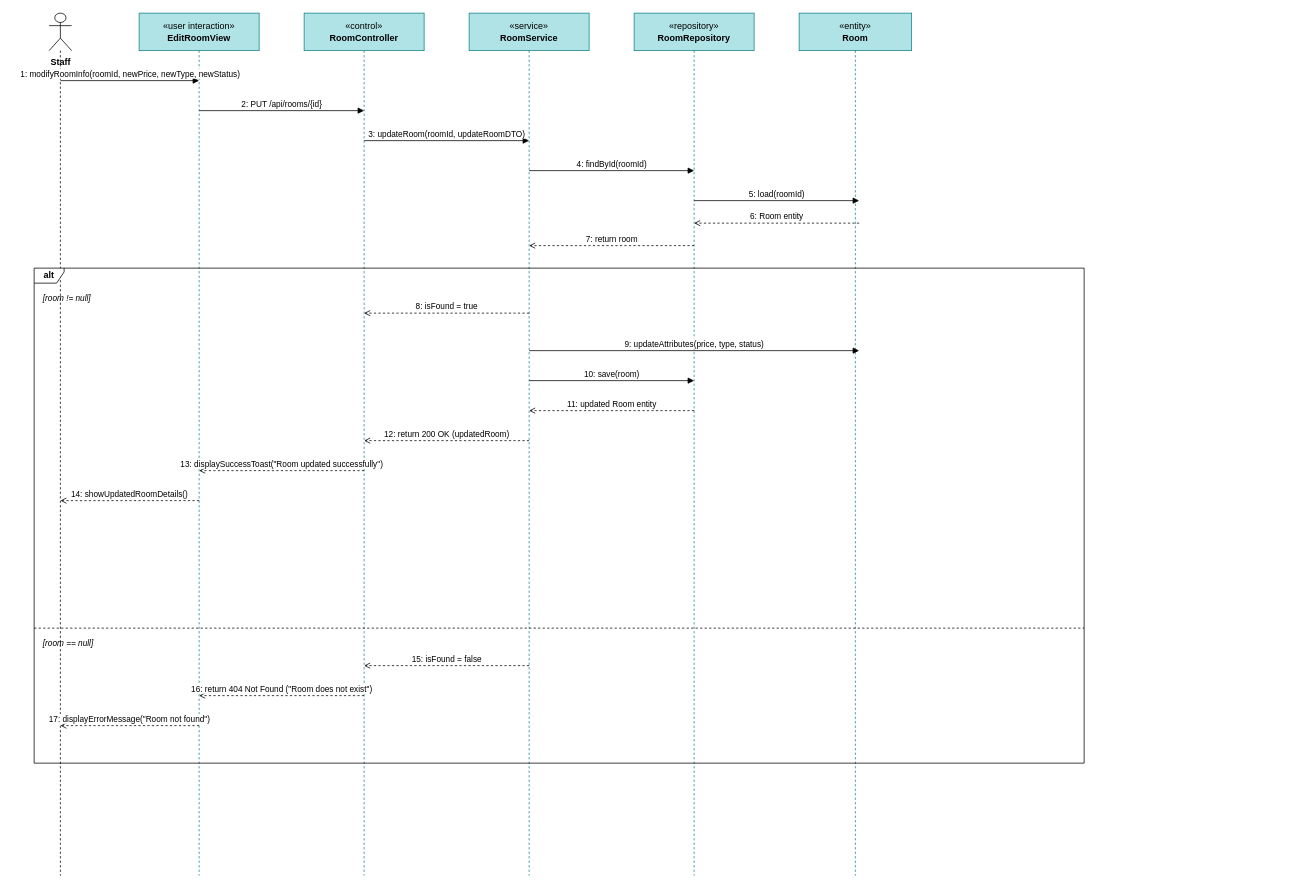
Before: docs/diagrams/UC-M04_2_Update_Room_SequenceDiagram.drawio in WanFJava/MotalManagementSystems, a draw.io diagram. Source tidied: cells renumbered, new cells numbered last; positions are measured from the earlier drawing's top-left corner, leaving out a move shared by most shapes. Both pictures are drawn from the tidied source at 75%, with x=0, y=0 at pixel (34, 13).
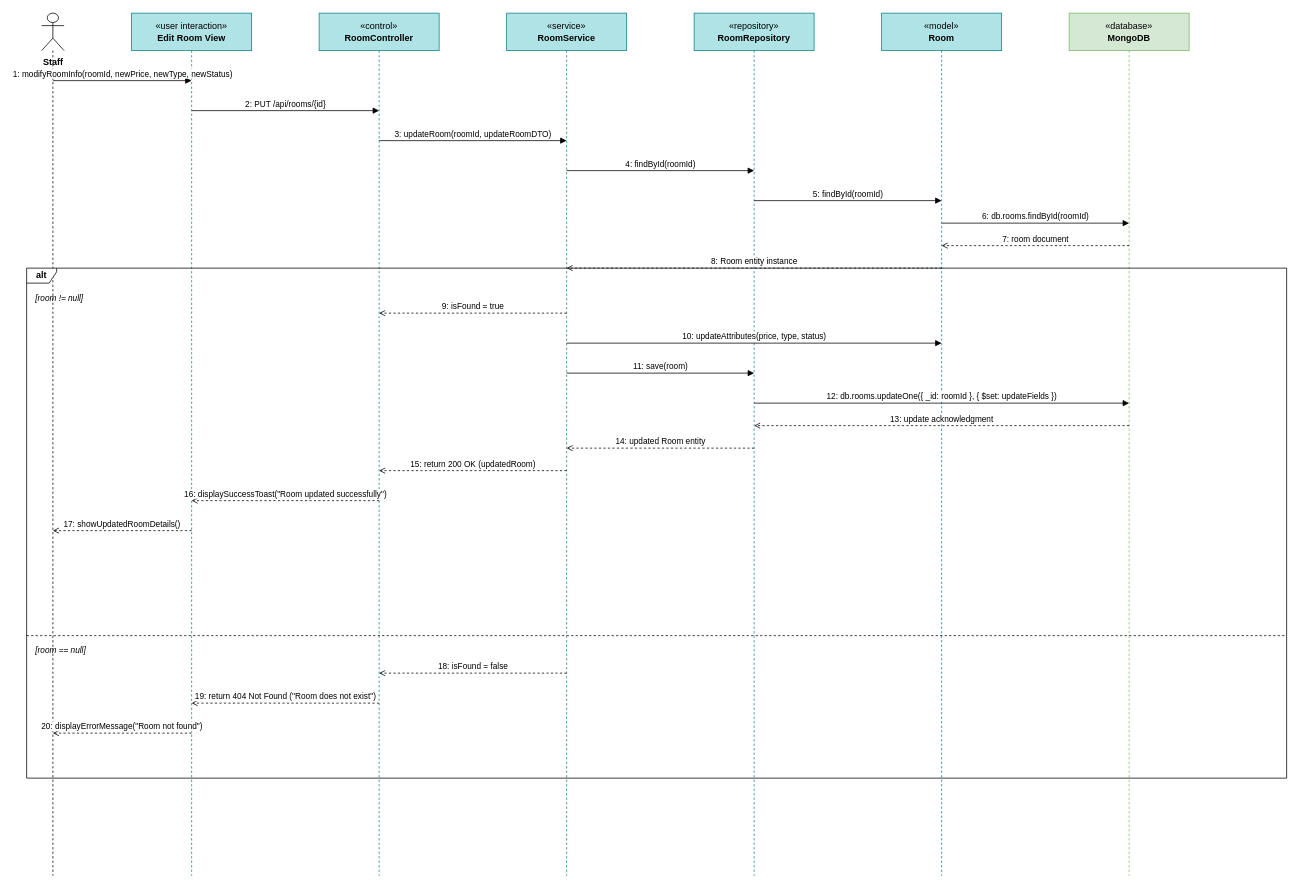
The same diagram, later.

What changed in the source:
```diff
@@
     <mxCell id="2" value="Staff" style="shape=umlLifeline;participant=umlActor;perimeter=lifelinePerimeter;whiteSpace=nowrap;html=1;verticalAlign=top;spacingTop=52;size=50;fontStyle=1;" parent="1" vertex="1">
-      <mxGeometry x="20" width="30" height="1150" as="geometry" />
+      <mxGeometry x="10" width="30" height="1150" as="geometry" />
     </mxCell>
-    <mxCell id="3" value="&amp;laquo;user interaction&amp;raquo;&lt;br&gt;&lt;b&gt;EditRoomView&lt;/b&gt;" style="shape=umlLifeline;perimeter=lifelinePerimeter;whiteSpace=wrap;html=1;size=50;fillColor=#b0e3e6;strokeColor=#0e8088;" parent="1" vertex="1">
-      <mxGeometry x="140" width="160" height="1150" as="geometry" />
-    </mxCell>
+    <mxCell id="29" value="&amp;laquo;user interaction&amp;raquo;&lt;br&gt;&lt;b&gt;Edit Room View&lt;/b&gt;" style="shape=umlLifeline;perimeter=lifelinePerimeter;whiteSpace=wrap;html=1;size=50;fillColor=#b0e3e6;strokeColor=#0e8088;" parent="1" vertex="1">
+      <mxGeometry x="130" width="160" height="1150" as="geometry" />
+    </mxCell>
     <mxCell id="4" value="&amp;laquo;control&amp;raquo;&lt;br&gt;&lt;b&gt;RoomController&lt;/b&gt;" style="shape=umlLifeline;perimeter=lifelinePerimeter;whiteSpace=wrap;html=1;size=50;fillColor=#b0e3e6;strokeColor=#0e8088;" parent="1" vertex="1">
-      <mxGeometry x="360" width="160" height="1150" as="geometry" />
+      <mxGeometry x="380" width="160" height="1150" as="geometry" />
     </mxCell>
     <mxCell id="5" value="&amp;laquo;service&amp;raquo;&lt;br&gt;&lt;b&gt;RoomService&lt;/b&gt;" style="shape=umlLifeline;perimeter=lifelinePerimeter;whiteSpace=wrap;html=1;size=50;fillColor=#b0e3e6;strokeColor=#0e8088;" parent="1" vertex="1">
-      <mxGeometry x="580" width="160" height="1150" as="geometry" />
+      <mxGeometry x="630" width="160" height="1150" as="geometry" />
     </mxCell>
     <mxCell id="6" value="&amp;laquo;repository&amp;raquo;&lt;br&gt;&lt;b&gt;RoomRepository&lt;/b&gt;" style="shape=umlLifeline;perimeter=lifelinePerimeter;whiteSpace=wrap;html=1;size=50;fillColor=#b0e3e6;strokeColor=#0e8088;" parent="1" vertex="1">
-      <mxGeometry x="800" width="160" height="1150" as="geometry" />
+      <mxGeometry x="880" width="160" height="1150" as="geometry" />
     </mxCell>
-    <mxCell id="7" value="&amp;laquo;entity&amp;raquo;&lt;br&gt;&lt;b&gt;Room&lt;/b&gt;" style="shape=umlLifeline;perimeter=lifelinePerimeter;whiteSpace=wrap;html=1;size=50;fillColor=#b0e3e6;strokeColor=#0e8088;" parent="1" vertex="1">
-      <mxGeometry x="1020" width="150" height="1150" as="geometry" />
-    </mxCell>
+    <mxCell id="30" value="&amp;laquo;model&amp;raquo;&lt;br&gt;&lt;b&gt;Room&lt;/b&gt;" style="shape=umlLifeline;perimeter=lifelinePerimeter;whiteSpace=wrap;html=1;size=50;fillColor=#b0e3e6;strokeColor=#0e8088;" parent="1" vertex="1">
+      <mxGeometry x="1130" width="160" height="1150" as="geometry" />
+    </mxCell>
+    <mxCell id="31" value="&amp;laquo;database&amp;raquo;&lt;br&gt;&lt;b&gt;MongoDB&lt;/b&gt;" style="shape=umlLifeline;perimeter=lifelinePerimeter;whiteSpace=wrap;html=1;size=50;fillColor=#d5e8d4;strokeColor=#82b366;" parent="1" vertex="1">
+      <mxGeometry x="1380" width="160" height="1150" as="geometry" />
+    </mxCell>
     <mxCell id="8" value="1: modifyRoomInfo(roomId, newPrice, newType, newStatus)" style="endArrow=block;endFill=1;html=1;rounded=0;exitX=0.5;exitY=0;entryX=0.5;entryY=0;fontSize=11;verticalAlign=bottom;" parent="1" edge="1">
       <mxGeometry relative="1" as="geometry">
-        <mxPoint x="35" y="90" as="sourcePoint" />
-        <mxPoint x="220" y="90" as="targetPoint" />
+        <mxPoint x="25" y="90" as="sourcePoint" />
+        <mxPoint x="210" y="90" as="targetPoint" />
       </mxGeometry>
     </mxCell>
     <mxCell id="9" value="2: PUT /api/rooms/{id}" style="endArrow=block;endFill=1;html=1;rounded=0;exitX=0.5;exitY=0;entryX=0.5;entryY=0;fontSize=11;verticalAlign=bottom;" parent="1" edge="1">
       <mxGeometry relative="1" as="geometry">
-        <mxPoint x="220" y="130" as="sourcePoint" />
-        <mxPoint x="440" y="130" as="targetPoint" />
+        <mxPoint x="210" y="130" as="sourcePoint" />
+        <mxPoint x="460" y="130" as="targetPoint" />
       </mxGeometry>
     </mxCell>
     <mxCell id="10" value="3: updateRoom(roomId, updateRoomDTO)" style="endArrow=block;endFill=1;html=1;rounded=0;exitX=0.5;exitY=0;entryX=0.5;entryY=0;fontSize=11;verticalAlign=bottom;" parent="1" edge="1">
       <mxGeometry relative="1" as="geometry">
-        <mxPoint x="440" y="170" as="sourcePoint" />
-        <mxPoint x="660" y="170" as="targetPoint" />
+        <mxPoint x="460" y="170" as="sourcePoint" />
+        <mxPoint x="710" y="170" as="targetPoint" />
       </mxGeometry>
     </mxCell>
     <mxCell id="11" value="4: findById(roomId)" style="endArrow=block;endFill=1;html=1;rounded=0;exitX=0.5;exitY=0;entryX=0.5;entryY=0;fontSize=11;verticalAlign=bottom;" parent="1" edge="1">
       <mxGeometry relative="1" as="geometry">
-        <mxPoint x="660" y="210" as="sourcePoint" />
-        <mxPoint x="880" y="210" as="targetPoint" />
+        <mxPoint x="710" y="210" as="sourcePoint" />
+        <mxPoint x="960" y="210" as="targetPoint" />
       </mxGeometry>
     </mxCell>
-    <mxCell id="12" value="5: load(roomId)" style="endArrow=block;endFill=1;html=1;rounded=0;exitX=0.5;exitY=0;entryX=0.5;entryY=0;fontSize=11;verticalAlign=bottom;" parent="1" edge="1">
+    <mxCell id="12" value="5: findById(roomId)" style="endArrow=block;endFill=1;html=1;rounded=0;exitX=0.5;exitY=0;entryX=0.5;entryY=0;fontSize=11;verticalAlign=bottom;" parent="1" edge="1">
       <mxGeometry relative="1" as="geometry">
-        <mxPoint x="880" y="250" as="sourcePoint" />
-        <mxPoint x="1100" y="250" as="targetPoint" />
+        <mxPoint x="960" y="250" as="sourcePoint" />
+        <mxPoint x="1210" y="250" as="targetPoint" />
       </mxGeometry>
     </mxCell>
-    <mxCell id="13" value="6: Room entity" style="endArrow=open;dashed=1;endFill=0;html=1;rounded=0;exitX=0.5;exitY=0;entryX=0.5;entryY=0;fontSize=11;verticalAlign=bottom;" parent="1" edge="1">
+    <mxCell id="13" value="6: db.rooms.findById(roomId)" style="endArrow=block;endFill=1;html=1;rounded=0;exitX=0.5;exitY=0;entryX=0.5;entryY=0;fontSize=11;verticalAlign=bottom;" parent="1" edge="1">
       <mxGeometry relative="1" as="geometry">
-        <mxPoint x="1100" y="280" as="sourcePoint" />
-        <mxPoint x="880" y="280" as="targetPoint" />
+        <mxPoint x="1210" y="280" as="sourcePoint" />
+        <mxPoint x="1460" y="280" as="targetPoint" />
       </mxGeometry>
     </mxCell>
-    <mxCell id="14" value="7: return room" style="endArrow=open;dashed=1;endFill=0;html=1;rounded=0;exitX=0.5;exitY=0;entryX=0.5;entryY=0;fontSize=11;verticalAlign=bottom;" parent="1" edge="1">
+    <mxCell id="14" value="7: room document" style="endArrow=open;dashed=1;endFill=0;html=1;rounded=0;exitX=0.5;exitY=0;entryX=0.5;entryY=0;fontSize=11;verticalAlign=bottom;" parent="1" edge="1">
       <mxGeometry relative="1" as="geometry">
-        <mxPoint x="880" y="310" as="sourcePoint" />
-        <mxPoint x="660" y="310" as="targetPoint" />
+        <mxPoint x="1460" y="310" as="sourcePoint" />
+        <mxPoint x="1210" y="310" as="targetPoint" />
       </mxGeometry>
     </mxCell>
-    <mxCell id="15" value="8: isFound = true" style="endArrow=open;dashed=1;endFill=0;html=1;rounded=0;exitX=0.5;exitY=0;entryX=0.5;entryY=0;fontSize=11;verticalAlign=bottom;" parent="1" edge="1">
+    <mxCell id="15" value="8: Room entity instance" style="endArrow=open;dashed=1;endFill=0;html=1;rounded=0;exitX=0.5;exitY=0;entryX=0.5;entryY=0;fontSize=11;verticalAlign=bottom;" parent="1" edge="1">
       <mxGeometry relative="1" as="geometry">
-        <mxPoint x="660" y="400" as="sourcePoint" />
-        <mxPoint x="440" y="400" as="targetPoint" />
+        <mxPoint x="1210" y="340" as="sourcePoint" />
+        <mxPoint x="710" y="340" as="targetPoint" />
       </mxGeometry>
     </mxCell>
-    <mxCell id="16" value="9: updateAttributes(price, type, status)" style="endArrow=block;endFill=1;html=1;rounded=0;exitX=0.5;exitY=0;entryX=0.5;entryY=0;fontSize=11;verticalAlign=bottom;" parent="1" edge="1">
+    <mxCell id="16" value="9: isFound = true" style="endArrow=open;dashed=1;endFill=0;html=1;rounded=0;exitX=0.5;exitY=0;entryX=0.5;entryY=0;fontSize=11;verticalAlign=bottom;" parent="1" edge="1">
       <mxGeometry relative="1" as="geometry">
-        <mxPoint x="660" y="450" as="sourcePoint" />
-        <mxPoint x="1100" y="450" as="targetPoint" />
+        <mxPoint x="710" y="400" as="sourcePoint" />
+        <mxPoint x="460" y="400" as="targetPoint" />
       </mxGeometry>
     </mxCell>
-    <mxCell id="17" value="10: save(room)" style="endArrow=block;endFill=1;html=1;rounded=0;exitX=0.5;exitY=0;entryX=0.5;entryY=0;fontSize=11;verticalAlign=bottom;" parent="1" edge="1">
+    <mxCell id="17" value="10: updateAttributes(price, type, status)" style="endArrow=block;endFill=1;html=1;rounded=0;exitX=0.5;exitY=0;entryX=0.5;entryY=0;fontSize=11;verticalAlign=bottom;" parent="1" edge="1">
       <mxGeometry relative="1" as="geometry">
-        <mxPoint x="660" y="490" as="sourcePoint" />
-        <mxPoint x="880" y="490" as="targetPoint" />
+        <mxPoint x="710" y="440" as="sourcePoint" />
+        <mxPoint x="1210" y="440" as="targetPoint" />
       </mxGeometry>
     </mxCell>
-    <mxCell id="18" value="11: updated Room entity" style="endArrow=open;dashed=1;endFill=0;html=1;rounded=0;exitX=0.5;exitY=0;entryX=0.5;entryY=0;fontSize=11;verticalAlign=bottom;" parent="1" edge="1">
+    <mxCell id="18" value="11: save(room)" style="endArrow=block;endFill=1;html=1;rounded=0;exitX=0.5;exitY=0;entryX=0.5;entryY=0;fontSize=11;verticalAlign=bottom;" parent="1" edge="1">
       <mxGeometry relative="1" as="geometry">
-        <mxPoint x="880" y="530" as="sourcePoint" />
-        <mxPoint x="660" y="530" as="targetPoint" />
+        <mxPoint x="710" y="480" as="sourcePoint" />
+        <mxPoint x="960" y="480" as="targetPoint" />
       </mxGeometry>
     </mxCell>
-    <mxCell id="19" value="12: return 200 OK (updatedRoom)" style="endArrow=open;dashed=1;endFill=0;html=1;rounded=0;exitX=0.5;exitY=0;entryX=0.5;entryY=0;fontSize=11;verticalAlign=bottom;" parent="1" edge="1">
+    <mxCell id="19" value="12: db.rooms.updateOne({ _id: roomId }, { $set: updateFields })" style="endArrow=block;endFill=1;html=1;rounded=0;exitX=0.5;exitY=0;entryX=0.5;entryY=0;fontSize=11;verticalAlign=bottom;" parent="1" edge="1">
       <mxGeometry relative="1" as="geometry">
-        <mxPoint x="660" y="570" as="sourcePoint" />
-        <mxPoint x="440" y="570" as="targetPoint" />
+        <mxPoint x="960" y="520" as="sourcePoint" />
+        <mxPoint x="1460" y="520" as="targetPoint" />
       </mxGeometry>
     </mxCell>
-    <mxCell id="20" value="13: displaySuccessToast(&quot;Room updated successfully&quot;)" style="endArrow=open;dashed=1;endFill=0;html=1;rounded=0;exitX=0.5;exitY=0;entryX=0.5;entryY=0;fontSize=11;verticalAlign=bottom;" parent="1" edge="1">
+    <mxCell id="20" value="13: update acknowledgment" style="endArrow=open;dashed=1;endFill=0;html=1;rounded=0;exitX=0.5;exitY=0;entryX=0.5;entryY=0;fontSize=11;verticalAlign=bottom;" parent="1" edge="1">
       <mxGeometry relative="1" as="geometry">
-        <mxPoint x="440" y="610" as="sourcePoint" />
-        <mxPoint x="220" y="610" as="targetPoint" />
+        <mxPoint x="1460" y="550" as="sourcePoint" />
+        <mxPoint x="960" y="550" as="targetPoint" />
       </mxGeometry>
     </mxCell>
-    <mxCell id="21" value="14: showUpdatedRoomDetails()" style="endArrow=open;dashed=1;endFill=0;html=1;rounded=0;exitX=0.5;exitY=0;entryX=0.5;entryY=0;fontSize=11;verticalAlign=bottom;" parent="1" edge="1">
+    <mxCell id="21" value="14: updated Room entity" style="endArrow=open;dashed=1;endFill=0;html=1;rounded=0;exitX=0.5;exitY=0;entryX=0.5;entryY=0;fontSize=11;verticalAlign=bottom;" parent="1" edge="1">
       <mxGeometry relative="1" as="geometry">
-        <mxPoint x="220" y="650" as="sourcePoint" />
-        <mxPoint x="35" y="650" as="targetPoint" />
+        <mxPoint x="960" y="580" as="sourcePoint" />
+        <mxPoint x="710" y="580" as="targetPoint" />
       </mxGeometry>
     </mxCell>
-    <mxCell id="22" value="15: isFound = false" style="endArrow=open;dashed=1;endFill=0;html=1;rounded=0;exitX=0.5;exitY=0;entryX=0.5;entryY=0;fontSize=11;verticalAlign=bottom;" parent="1" edge="1">
+    <mxCell id="22" value="15: return 200 OK (updatedRoom)" style="endArrow=open;dashed=1;endFill=0;html=1;rounded=0;exitX=0.5;exitY=0;entryX=0.5;entryY=0;fontSize=11;verticalAlign=bottom;" parent="1" edge="1">
       <mxGeometry relative="1" as="geometry">
-        <mxPoint x="660" y="870" as="sourcePoint" />
-        <mxPoint x="440" y="870" as="targetPoint" />
+        <mxPoint x="710" y="610" as="sourcePoint" />
+        <mxPoint x="460" y="610" as="targetPoint" />
       </mxGeometry>
     </mxCell>
-    <mxCell id="23" value="16: return 404 Not Found (&quot;Room does not exist&quot;)" style="endArrow=open;dashed=1;endFill=0;html=1;rounded=0;exitX=0.5;exitY=0;entryX=0.5;entryY=0;fontSize=11;verticalAlign=bottom;" parent="1" edge="1">
+    <mxCell id="23" value="16: displaySuccessToast(&quot;Room updated successfully&quot;)" style="endArrow=open;dashed=1;endFill=0;html=1;rounded=0;exitX=0.5;exitY=0;entryX=0.5;entryY=0;fontSize=11;verticalAlign=bottom;" parent="1" edge="1">
       <mxGeometry relative="1" as="geometry">
-        <mxPoint x="440" y="910" as="sourcePoint" />
-        <mxPoint x="220" y="910" as="targetPoint" />
+        <mxPoint x="460" y="650" as="sourcePoint" />
+        <mxPoint x="210" y="650" as="targetPoint" />
       </mxGeometry>
     </mxCell>
-    <mxCell id="24" value="17: displayErrorMessage(&quot;Room not found&quot;)" style="endArrow=open;dashed=1;endFill=0;html=1;rounded=0;exitX=0.5;exitY=0;entryX=0.5;entryY=0;fontSize=11;verticalAlign=bottom;" parent="1" edge="1">
+    <mxCell id="24" value="17: showUpdatedRoomDetails()" style="endArrow=open;dashed=1;endFill=0;html=1;rounded=0;exitX=0.5;exitY=0;entryX=0.5;entryY=0;fontSize=11;verticalAlign=bottom;" parent="1" edge="1">
       <mxGeometry relative="1" as="geometry">
-        <mxPoint x="220" y="950" as="sourcePoint" />
-        <mxPoint x="35" y="950" as="targetPoint" />
+        <mxPoint x="210" y="690" as="sourcePoint" />
+        <mxPoint x="25" y="690" as="targetPoint" />
       </mxGeometry>
     </mxCell>
+    <mxCell id="32" value="18: isFound = false" style="endArrow=open;dashed=1;endFill=0;html=1;rounded=0;exitX=0.5;exitY=0;entryX=0.5;entryY=0;fontSize=11;verticalAlign=bottom;" parent="1" edge="1">
+      <mxGeometry relative="1" as="geometry">
+        <mxPoint x="710" y="880" as="sourcePoint" />
+        <mxPoint x="460" y="880" as="targetPoint" />
+      </mxGeometry>
+    </mxCell>
+    <mxCell id="33" value="19: return 404 Not Found (&quot;Room does not exist&quot;)" style="endArrow=open;dashed=1;endFill=0;html=1;rounded=0;exitX=0.5;exitY=0;entryX=0.5;entryY=0;fontSize=11;verticalAlign=bottom;" parent="1" edge="1">
+      <mxGeometry relative="1" as="geometry">
+        <mxPoint x="460" y="920" as="sourcePoint" />
+        <mxPoint x="210" y="920" as="targetPoint" />
+      </mxGeometry>
+    </mxCell>
+    <mxCell id="34" value="20: displayErrorMessage(&quot;Room not found&quot;)" style="endArrow=open;dashed=1;endFill=0;html=1;rounded=0;exitX=0.5;exitY=0;entryX=0.5;entryY=0;fontSize=11;verticalAlign=bottom;" parent="1" edge="1">
+      <mxGeometry relative="1" as="geometry">
+        <mxPoint x="210" y="960" as="sourcePoint" />
+        <mxPoint x="25" y="960" as="targetPoint" />
+      </mxGeometry>
+    </mxCell>
     <mxCell id="25" value="alt" style="shape=umlFrame;whiteSpace=wrap;html=1;width=40;height=20;fontSize=12;fontStyle=1;" parent="1" vertex="1">
-      <mxGeometry y="340" width="1400" height="660" as="geometry" />
+      <mxGeometry x="-10" y="340" width="1680" height="680" as="geometry" />
     </mxCell>
     <mxCell id="26" value="[room != null]" style="text;html=1;strokeColor=none;fillColor=none;align=left;verticalAlign=middle;whiteSpace=wrap;rounded=0;fontSize=11;fontStyle=2;" parent="1" vertex="1">
-      <mxGeometry x="10" y="370" width="150" height="20" as="geometry" />
+      <mxGeometry y="370" width="220" height="20" as="geometry" />
     </mxCell>
     <mxCell id="27" style="endArrow=none;dashed=1;html=1;rounded=0;" parent="1" edge="1">
       <mxGeometry relative="1" as="geometry">
-        <mxPoint y="820" as="sourcePoint" />
-        <mxPoint x="1400" y="820" as="targetPoint" />
+        <mxPoint x="-10" y="830" as="sourcePoint" />
+        <mxPoint x="1670" y="830" as="targetPoint" />
       </mxGeometry>
     </mxCell>
     <mxCell id="28" value="[room == null]" style="text;html=1;strokeColor=none;fillColor=none;align=left;verticalAlign=middle;whiteSpace=wrap;rounded=0;fontSize=11;fontStyle=2;" parent="1" vertex="1">
-      <mxGeometry x="10" y="830" width="150" height="20" as="geometry" />
+      <mxGeometry y="840" width="220" height="20" as="geometry" />
     </mxCell>
```
